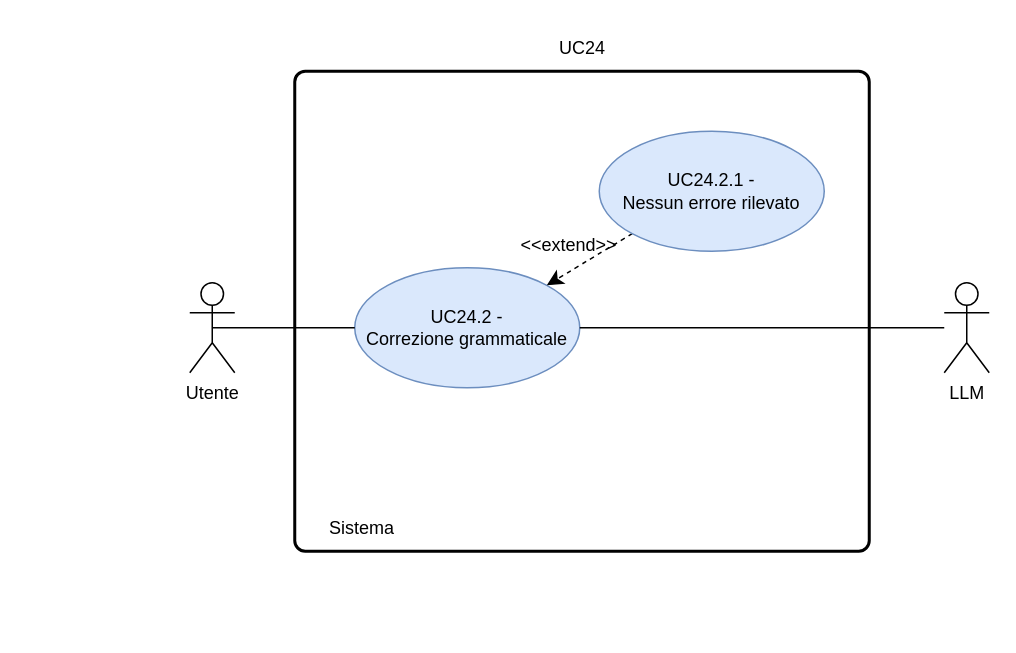
Earlier version of the draw.io diagram RTB/doc_esterna/analisi-dei-requisiti/assets/draw.io/UC24.2.drawio (thebitless-group-swe/thebitless.github.io). Source tidied: cells renumbered, new cells numbered last; positions are measured from the earlier drawing's top-left corner, leaving out a move shared by most shapes. Both pictures are drawn from the tidied source at 150%, with x=0, y=0 at pixel (189, 26).
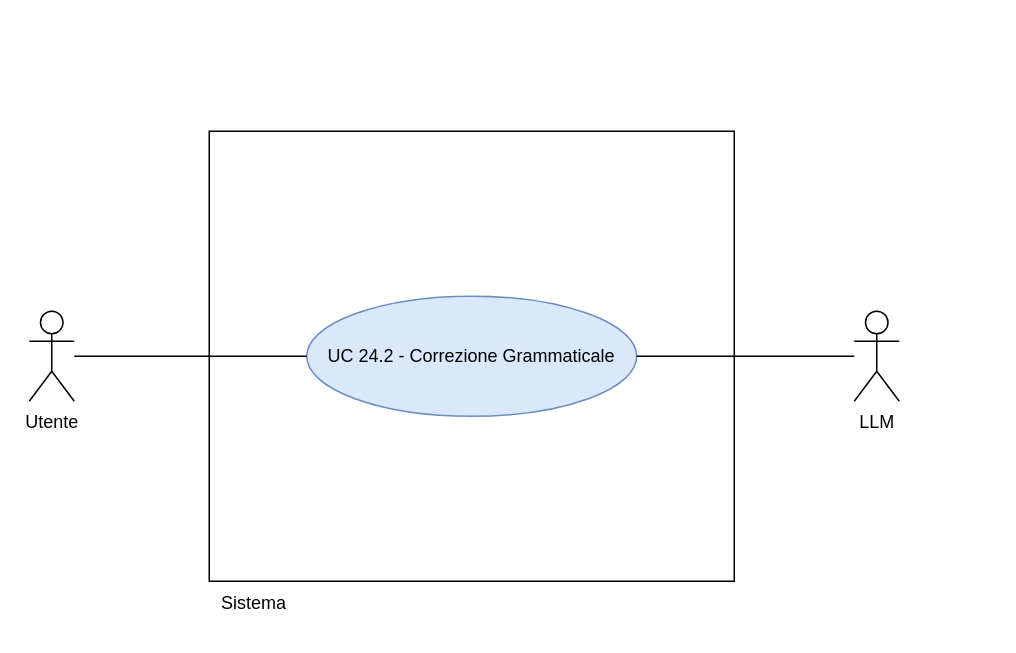
The same diagram, later.

What changed in the source:
```diff
@@
 <mxGraphModel>
   <root>
     <mxCell id="0" />
     <mxCell id="1" parent="0" />
-    <mxCell id="2" style="rounded=1;whiteSpace=wrap;html=1;absoluteArcSize=1;arcSize=14;strokeWidth=2;" parent="1" vertex="1">
-      <mxGeometry x="70" y="30" width="383" height="320" as="geometry" />
-    </mxCell>
     <mxCell id="3" value="Utente" style="shape=umlActor;verticalLabelPosition=bottom;verticalAlign=top;html=1;outlineConnect=0;" parent="1" vertex="1">
-      <mxGeometry y="171" width="30" height="60" as="geometry" />
+      <mxGeometry x="-107" y="190" width="30" height="60" as="geometry" />
     </mxCell>
+    <mxCell id="9" value="LLM" style="shape=umlActor;verticalLabelPosition=bottom;verticalAlign=top;html=1;outlineConnect=0;" parent="1" vertex="1">
+      <mxGeometry x="443" y="190" width="30" height="60" as="geometry" />
+    </mxCell>
+    <mxCell id="13" style="whiteSpace=wrap;html=1;" parent="1" vertex="1">
+      <mxGeometry x="13" y="70" width="350" height="300" as="geometry" />
+    </mxCell>
     <mxCell id="4" value="Sistema" style="text;html=1;whiteSpace=wrap;strokeColor=none;fillColor=none;align=center;verticalAlign=middle;rounded=0;" parent="1" vertex="1">
-      <mxGeometry x="70" y="320" width="90" height="30" as="geometry" />
+      <mxGeometry x="13" y="370" width="60" height="30" as="geometry" />
     </mxCell>
-    <mxCell id="5" value="UC24.2 -&lt;div&gt;Correzione grammaticale&lt;/div&gt;" style="ellipse;whiteSpace=wrap;html=1;fillColor=#dae8fc;strokeColor=#6c8ebf;" parent="1" vertex="1">
-      <mxGeometry x="110" y="161" width="150" height="80" as="geometry" />
-    </mxCell>
-    <mxCell id="6" style="endArrow=none;html=1;rounded=0;exitX=0.5;exitY=0.5;exitDx=0;exitDy=0;exitPerimeter=0;entryX=0;entryY=0.5;entryDx=0;entryDy=0;" parent="1" edge="1" source="3" target="5">
-      <mxGeometry relative="1" as="geometry" />
-    </mxCell>
-    <mxCell id="7" value="UC24" style="text;html=1;whiteSpace=wrap;strokeColor=none;fillColor=none;align=center;verticalAlign=middle;rounded=0;" parent="1" vertex="1">
-      <mxGeometry x="231.5" width="60" height="30" as="geometry" />
-    </mxCell>
-    <mxCell id="8" style="edgeStyle=none;curved=1;rounded=0;jettySize=auto;html=1;fontSize=12;startSize=8;endSize=8;endArrow=none;endFill=0;" parent="1" edge="1" source="9" target="5">
-      <mxGeometry relative="1" as="geometry" />
-    </mxCell>
-    <mxCell id="9" value="LLM" style="shape=umlActor;verticalLabelPosition=bottom;verticalAlign=top;html=1;outlineConnect=0;" parent="1" vertex="1">
-      <mxGeometry x="503" y="171" width="30" height="60" as="geometry" />
-    </mxCell>
-    <mxCell id="10" style="edgeStyle=none;curved=1;rounded=0;jettySize=auto;html=1;exitX=0;exitY=1;exitDx=0;exitDy=0;entryX=1;entryY=0;entryDx=0;entryDy=0;fontSize=12;startSize=8;endSize=8;dashed=1;" parent="1" edge="1" source="11" target="5">
-      <mxGeometry relative="1" as="geometry" />
-    </mxCell>
-    <mxCell id="11" value="UC24.2.1 -&lt;div&gt;Nessun errore rilevato&lt;/div&gt;" style="ellipse;whiteSpace=wrap;html=1;fillColor=#dae8fc;strokeColor=#6c8ebf;" parent="1" vertex="1">
-      <mxGeometry x="273" y="70" width="150" height="80" as="geometry" />
-    </mxCell>
-    <mxCell id="12" value="&amp;lt;&amp;lt;extend&amp;gt;&amp;gt;" style="text;html=1;whiteSpace=wrap;strokeColor=none;fillColor=none;align=center;verticalAlign=middle;rounded=0;" parent="1" vertex="1">
-      <mxGeometry x="223" y="131" width="60" height="30" as="geometry" />
-    </mxCell>
+    <mxCell id="14" value="UC 24.2 - Correzione Grammaticale" style="ellipse;whiteSpace=wrap;html=1;fillColor=#dae8fc;strokeColor=#6c8ebf;" parent="1" vertex="1">
+      <mxGeometry x="78" y="180" width="220" height="80" as="geometry" />
+    </mxCell>
+    <mxCell id="15" style="edgeStyle=none;rounded=0;jettySize=auto;html=1;endArrow=none;endFill=0;" parent="1" edge="1" source="3" target="14">
+      <mxGeometry relative="1" as="geometry" />
+    </mxCell>
+    <mxCell id="16" style="edgeStyle=none;rounded=0;jettySize=auto;html=1;endArrow=none;endFill=0;" parent="1" edge="1" source="9" target="14">
+      <mxGeometry relative="1" as="geometry" />
+    </mxCell>
   </root>
 </mxGraphModel>
```
